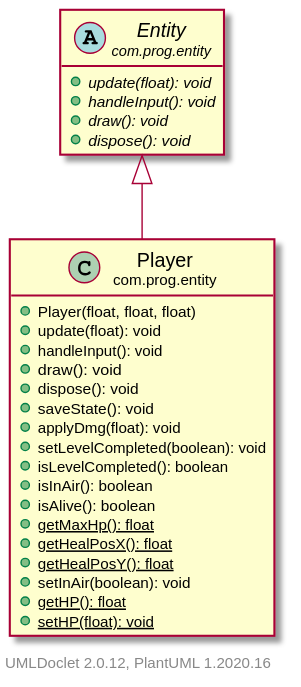
Before: core/build/docs/javadoc/uml/com/prog/entity/Player.svg, a diagram exported from PlantUML (Garma00/Evilian). Its diagram source:
```plantuml
@startuml
    set namespaceSeparator none
    hide empty fields
    hide empty methods

    class "<size:14>Player\n<size:10>com.prog.entity" as com.prog.entity.Player [[..\..\..\..\com\prog\entity\Player.html]] {
        +Player(float, float, float)
        +update(float): void
        +handleInput(): void
        +draw(): void
        +dispose(): void
        +saveState(): void
        +applyDmg(float): void
        +setLevelCompleted(boolean): void
        +isLevelCompleted(): boolean
        +isInAir(): boolean
        +isAlive(): boolean
        {static} +getMaxHp(): float
        {static} +getHealPosX(): float
        {static} +getHealPosY(): float
        +setInAir(boolean): void
        {static} +getHP(): float
        {static} +setHP(float): void
    }

    abstract class "<size:14>Entity\n<size:10>com.prog.entity" as com.prog.entity.Entity [[..\..\..\..\com\prog\entity\Entity.html]] {
        {abstract} +update(float): void
        {abstract} +handleInput(): void
        {abstract} +draw(): void
        {abstract} +dispose(): void
    }

    com.prog.entity.Entity <|-- com.prog.entity.Player

    center footer UMLDoclet 2.0.12, PlantUML 1.2020.16
@enduml
```
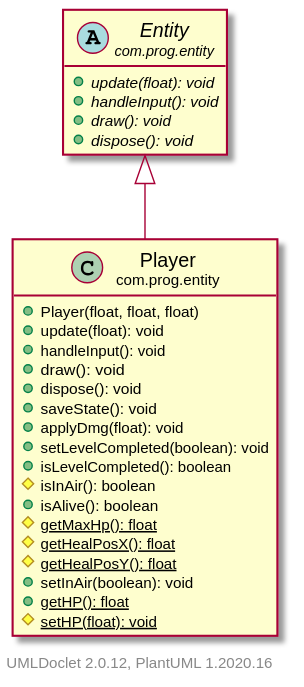
The same diagram one commit later.

Change to the diagram source:
```diff
@@ -13,14 +13,14 @@
         +applyDmg(float): void
         +setLevelCompleted(boolean): void
         +isLevelCompleted(): boolean
-        +isInAir(): boolean
+        #isInAir(): boolean
         +isAlive(): boolean
-        {static} +getMaxHp(): float
-        {static} +getHealPosX(): float
-        {static} +getHealPosY(): float
+        {static} #getMaxHp(): float
+        {static} #getHealPosX(): float
+        {static} #getHealPosY(): float
         +setInAir(boolean): void
         {static} +getHP(): float
-        {static} +setHP(float): void
+        {static} #setHP(float): void
     }
 
     abstract class "<size:14>Entity\n<size:10>com.prog.entity" as com.prog.entity.Entity [[..\..\..\..\com\prog\entity\Entity.html]] {
```
